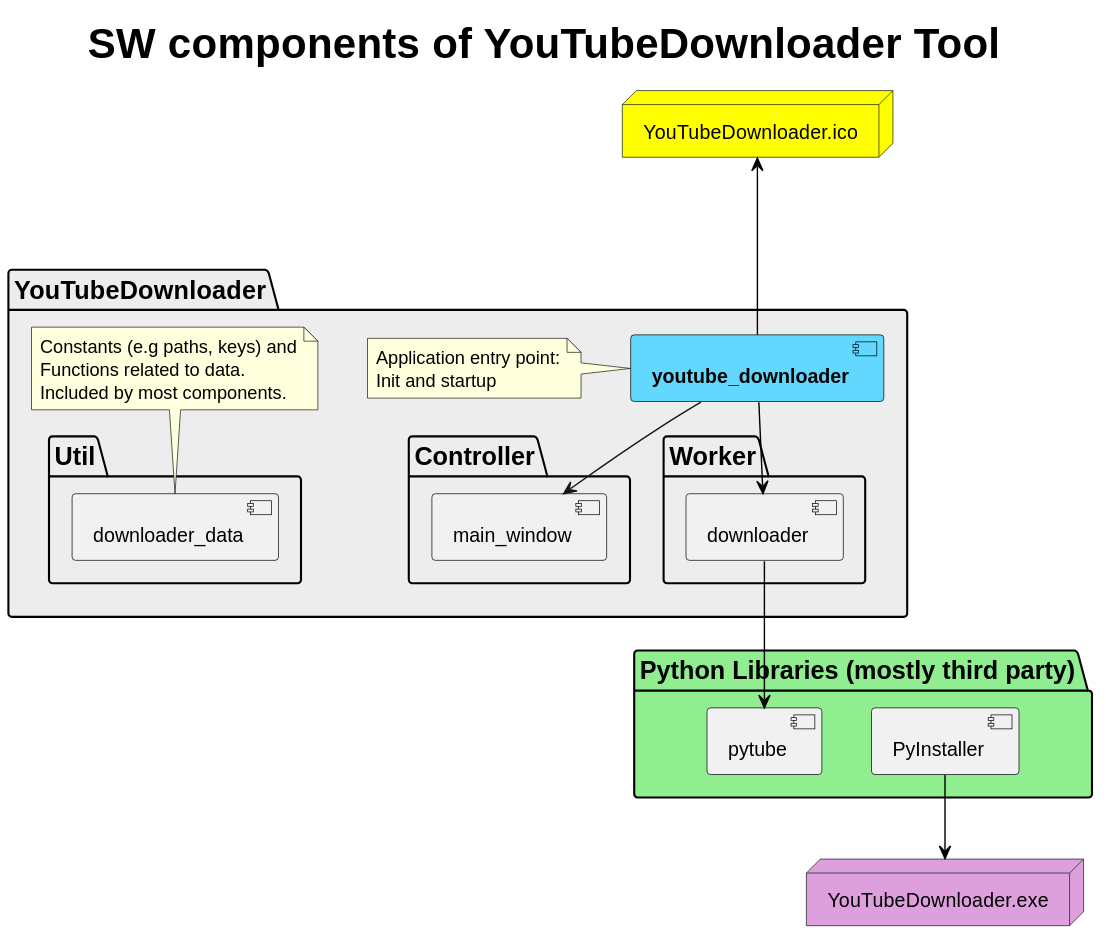
The PlantUML diagram cdYouTubeDownloaderSWComponents.svg in timounger/YouTubeDownloader, before a commit.
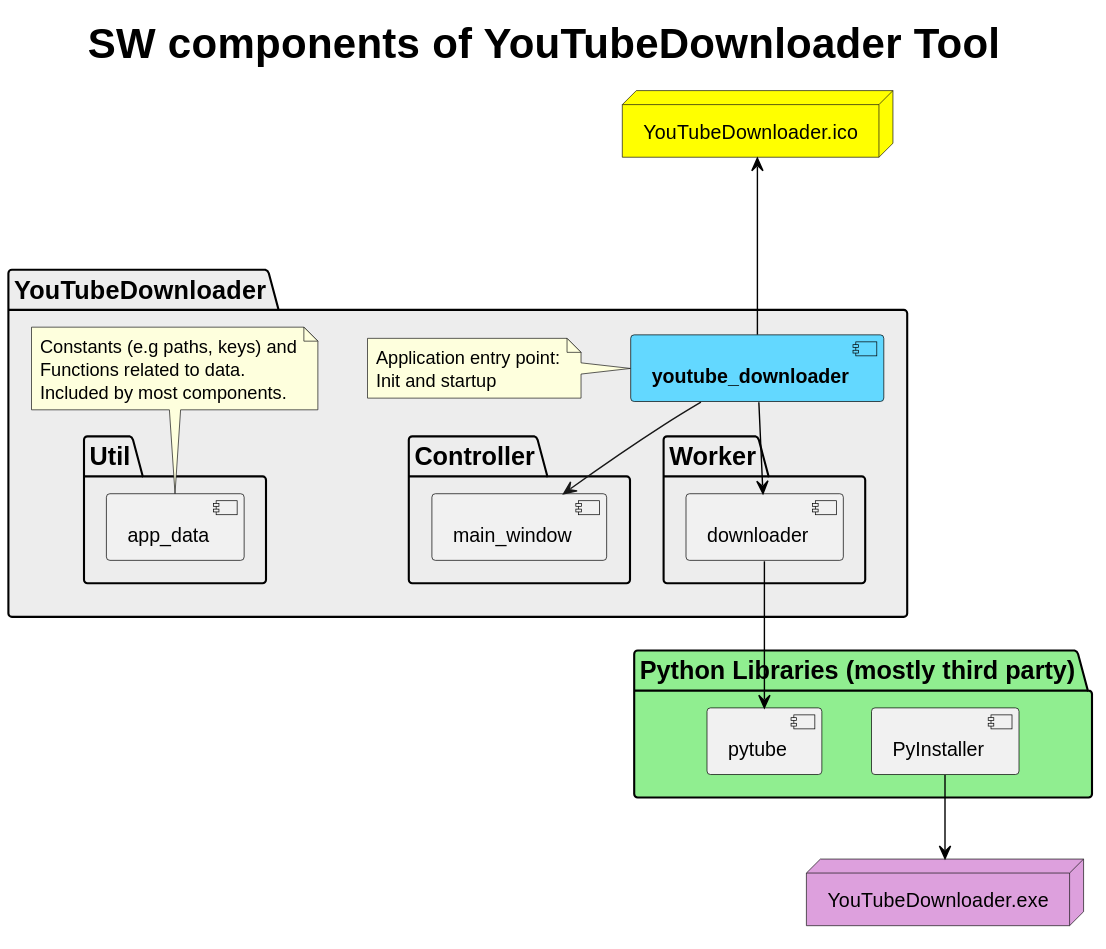
Above is the later version.

The edit, as a diff of the source:
```diff
@@ -22,7 +22,7 @@
     [main_window]
   }
   package "Util" as util {
-    [downloader_data] as data
+    [app_data] as data
   }
   note top of data
     Constants (e.g paths, keys) and
```
